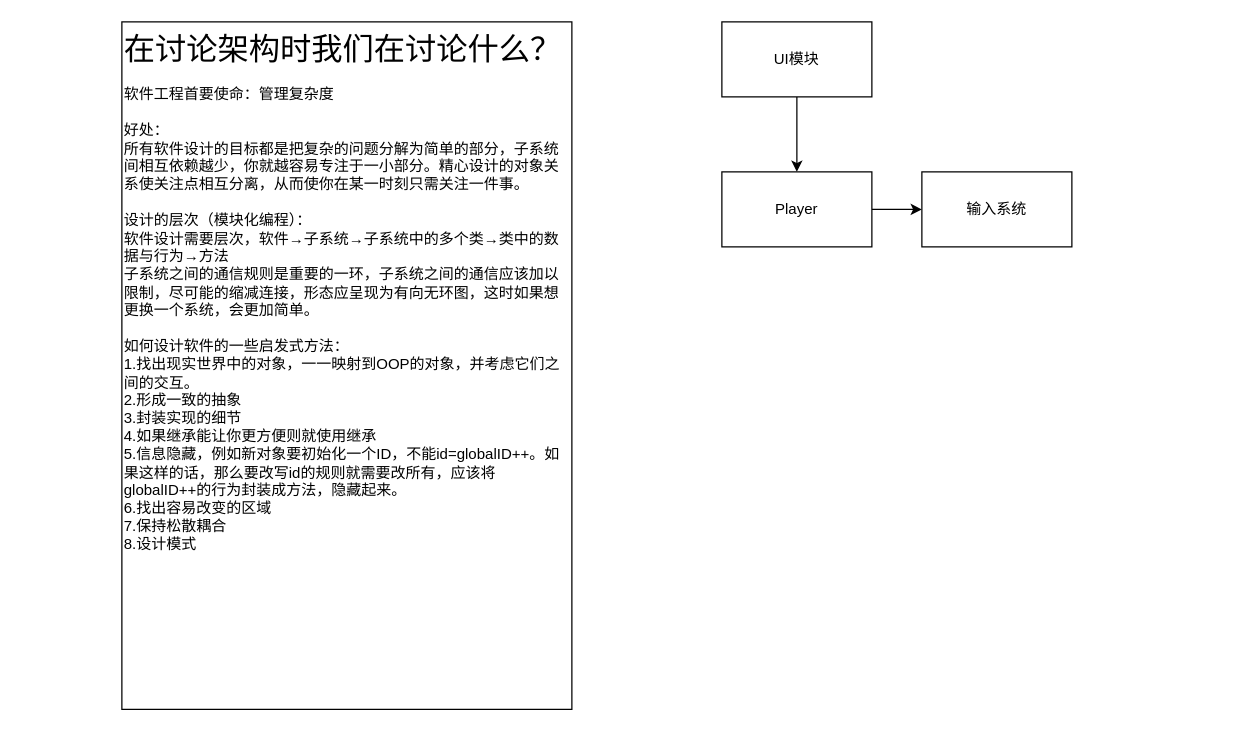
Before: page "生存模板" (9 of 9) of StartFramework.drawio in sass00n1/StartFramework, a draw.io diagram. Source tidied: cells renumbered, new cells numbered last; positions are measured from the earlier drawing's top-left corner, leaving out a move shared by most shapes. Both pictures are drawn from the tidied source at 125%, with x=0, y=0 at pixel (121, 21).
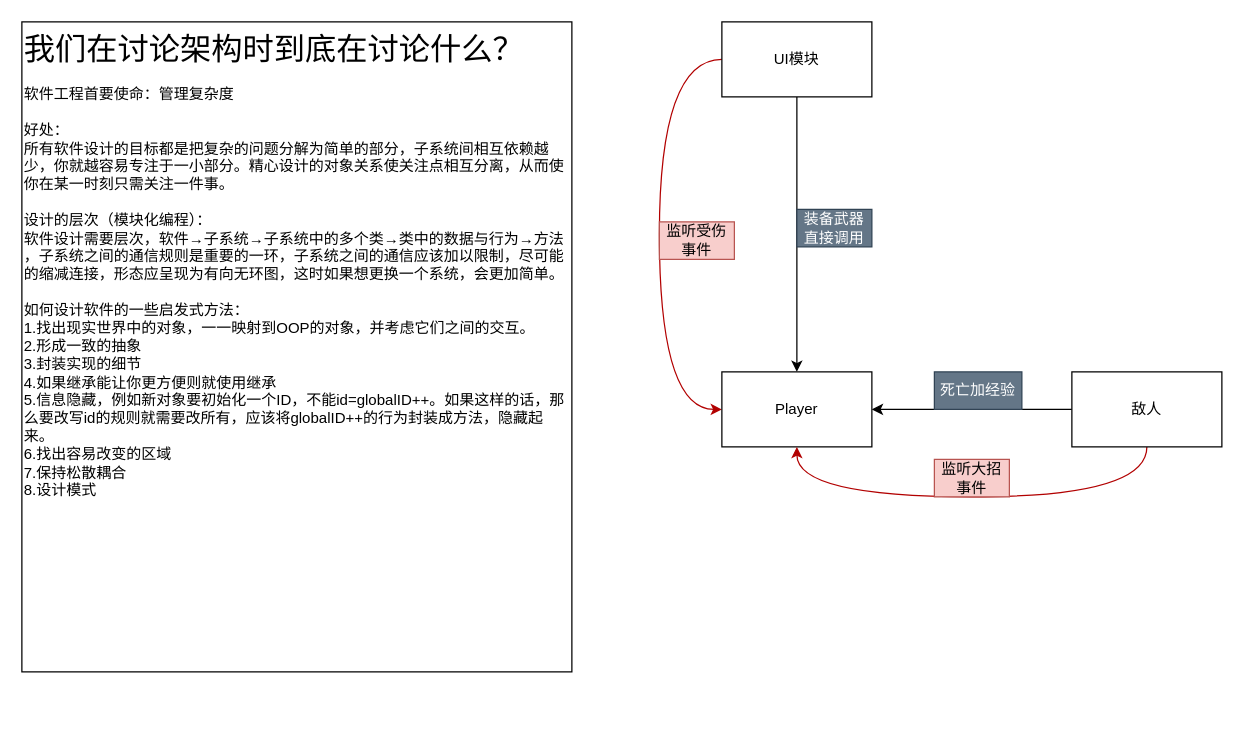
The same diagram, later.

The edit, as a diff of the source:
```diff
@@
 <mxGraphModel>
   <root>
     <mxCell id="0" />
     <mxCell id="1" parent="0" />
     <mxCell id="2" style="edgeStyle=orthogonalEdgeStyle;rounded=0;jettySize=auto;html=1;exitX=0.5;exitY=1;exitDx=0;exitDy=0;" parent="1" edge="1" source="3" target="5">
       <mxGeometry relative="1" as="geometry" />
     </mxCell>
+    <mxCell id="8" style="edgeStyle=orthogonalEdgeStyle;curved=1;jettySize=auto;html=1;exitX=0;exitY=0.5;exitDx=0;exitDy=0;entryX=0;entryY=0.5;entryDx=0;entryDy=0;fillColor=#e51400;strokeColor=#B20000;" parent="1" edge="1" source="3" target="5">
+      <mxGeometry relative="1" as="geometry">
+        <Array as="points">
+          <mxPoint x="430" y="30" />
+          <mxPoint x="430" y="310" />
+        </Array>
+      </mxGeometry>
+    </mxCell>
     <mxCell id="3" value="UI模块" style="rounded=0;whiteSpace=wrap;html=1;" parent="1" vertex="1">
       <mxGeometry x="480" width="120" height="60" as="geometry" />
     </mxCell>
-    <mxCell id="4" style="edgeStyle=orthogonalEdgeStyle;rounded=0;jettySize=auto;html=1;exitX=1;exitY=0.5;exitDx=0;exitDy=0;" parent="1" edge="1" source="5" target="7">
-      <mxGeometry relative="1" as="geometry" />
-    </mxCell>
     <mxCell id="5" value="Player" style="rounded=0;whiteSpace=wrap;html=1;" parent="1" vertex="1">
-      <mxGeometry x="480" y="120" width="120" height="60" as="geometry" />
+      <mxGeometry x="480" y="280" width="120" height="60" as="geometry" />
     </mxCell>
-    <mxCell id="6" value="&lt;div style=&quot;font-size: 25px;&quot; align=&quot;left&quot;&gt;&lt;font style=&quot;font-size: 25px;&quot;&gt;在讨论架构时我们在讨论什么？&lt;/font&gt;&lt;/div&gt;&lt;div align=&quot;left&quot;&gt;&lt;br&gt;&lt;/div&gt;&lt;div align=&quot;left&quot;&gt;软件工程首要使命：管理复杂度&lt;br&gt;&lt;/div&gt;&lt;div&gt;&lt;br&gt;&lt;/div&gt;&lt;div&gt;好处：&lt;br&gt;&lt;/div&gt;&lt;div&gt;所有软件设计的目标都是把复杂的问题分解为简单的部分，子系统间相互依赖越少，你就越容易专注于一小部分。精心设计的对象关系使关注点相互分离，从而使你在某一时刻只需关注一件事。&lt;/div&gt;&lt;div&gt;&lt;br&gt;&lt;/div&gt;&lt;div&gt;设计的层次（模块化编程）：&lt;/div&gt;&lt;div&gt;软件设计需要层次，软件→子系统→子系统中的多个类→类中的数据与行为→方法&lt;br&gt;&lt;/div&gt;&lt;div&gt;子系统之间的通信规则是重要的一环，子系统之间的通信应该加以限制，尽可能的缩减连接，形态应呈现为有向无环图，这时如果想更换一个系统，会更加简单。&lt;/div&gt;&lt;div&gt;&lt;br&gt;&lt;/div&gt;&lt;div&gt;如何设计软件的一些启发式方法：&lt;/div&gt;&lt;div&gt;1.找出现实世界中的对象，一一映射到OOP的对象，并考虑它们之间的交互。&lt;/div&gt;&lt;div&gt;2.形成一致的抽象&lt;/div&gt;&lt;div&gt;3.封装实现的细节&lt;/div&gt;&lt;div&gt;4.如果继承能让你更方便则就使用继承&lt;/div&gt;&lt;div&gt;5.信息隐藏，例如新对象要初始化一个ID，不能id=globalID++。如果这样的话，那么要改写id的规则就需要改所有，应该将globalID++的行为封装成方法，隐藏起来。&lt;/div&gt;&lt;div&gt;6.找出容易改变的区域&lt;/div&gt;&lt;div&gt;7.保持松散耦合&lt;/div&gt;&lt;div&gt;8.设计模式&lt;/div&gt;" style="rounded=0;whiteSpace=wrap;html=1;align=left;verticalAlign=top;" parent="1" vertex="1">
-      <mxGeometry width="360" height="550" as="geometry" />
+    <mxCell id="6" value="&lt;div style=&quot;font-size: 25px;&quot; align=&quot;left&quot;&gt;&lt;font style=&quot;font-size: 25px;&quot;&gt;我们在讨论架构时到底在讨论什么？&lt;/font&gt;&lt;/div&gt;&lt;div align=&quot;left&quot;&gt;&lt;br&gt;&lt;/div&gt;&lt;div align=&quot;left&quot;&gt;软件工程首要使命：管理复杂度&lt;br&gt;&lt;/div&gt;&lt;div&gt;&lt;br&gt;&lt;/div&gt;&lt;div&gt;好处：&lt;br&gt;&lt;/div&gt;&lt;div&gt;所有软件设计的目标都是把复杂的问题分解为简单的部分，子系统间相互依赖越少，你就越容易专注于一小部分。精心设计的对象关系使关注点相互分离，从而使你在某一时刻只需关注一件事。&lt;/div&gt;&lt;div&gt;&lt;br&gt;&lt;/div&gt;&lt;div&gt;设计的层次（模块化编程）：&lt;/div&gt;&lt;div&gt;软件设计需要层次，软件→子系统→子系统中的多个类→类中的数据与行为→方法&lt;br&gt;&lt;/div&gt;&lt;div&gt;，子系统之间的通信规则是重要的一环，子系统之间的通信应该加以限制，尽可能的缩减连接，形态应呈现为有向无环图，这时如果想更换一个系统，会更加简单。&lt;/div&gt;&lt;div&gt;&lt;br&gt;&lt;/div&gt;&lt;div&gt;如何设计软件的一些启发式方法：&lt;/div&gt;&lt;div&gt;1.找出现实世界中的对象，一一映射到OOP的对象，并考虑它们之间的交互。&lt;/div&gt;&lt;div&gt;2.形成一致的抽象&lt;/div&gt;&lt;div&gt;3.封装实现的细节&lt;/div&gt;&lt;div&gt;4.如果继承能让你更方便则就使用继承&lt;/div&gt;&lt;div&gt;5.信息隐藏，例如新对象要初始化一个ID，不能id=globalID++。如果这样的话，那么要改写id的规则就需要改所有，应该将globalID++的行为封装成方法，隐藏起来。&lt;/div&gt;&lt;div&gt;6.找出容易改变的区域&lt;/div&gt;&lt;div&gt;7.保持松散耦合&lt;/div&gt;&lt;div&gt;8.设计模式&lt;/div&gt;" style="rounded=0;whiteSpace=wrap;html=1;align=left;verticalAlign=top;" parent="1" vertex="1">
+      <mxGeometry x="-80" width="440" height="520" as="geometry" />
     </mxCell>
-    <mxCell id="7" value="输入系统" style="rounded=0;whiteSpace=wrap;html=1;" parent="1" vertex="1">
-      <mxGeometry x="640" y="120" width="120" height="60" as="geometry" />
-    </mxCell>
+    <mxCell id="9" value="监听受伤事件" style="text;html=1;strokeColor=#b85450;fillColor=#f8cecc;align=center;verticalAlign=middle;whiteSpace=wrap;rounded=0;" parent="1" vertex="1">
+      <mxGeometry x="430" y="160" width="60" height="30" as="geometry" />
+    </mxCell>
+    <mxCell id="10" value="装备武器直接调用" style="text;html=1;strokeColor=#314354;fillColor=#647687;align=center;verticalAlign=middle;whiteSpace=wrap;rounded=0;fontColor=#ffffff;" parent="1" vertex="1">
+      <mxGeometry x="540" y="150" width="60" height="30" as="geometry" />
+    </mxCell>
+    <mxCell id="11" style="edgeStyle=orthogonalEdgeStyle;curved=1;jettySize=auto;html=1;exitX=0;exitY=0.5;exitDx=0;exitDy=0;" parent="1" edge="1" source="13" target="5">
+      <mxGeometry relative="1" as="geometry" />
+    </mxCell>
+    <mxCell id="12" style="edgeStyle=orthogonalEdgeStyle;curved=1;jettySize=auto;html=1;exitX=0.5;exitY=1;exitDx=0;exitDy=0;entryX=0.5;entryY=1;entryDx=0;entryDy=0;fillColor=#e51400;strokeColor=#B20000;" parent="1" edge="1" source="13" target="5">
+      <mxGeometry relative="1" as="geometry">
+        <Array as="points">
+          <mxPoint x="820" y="380" />
+          <mxPoint x="540" y="380" />
+        </Array>
+      </mxGeometry>
+    </mxCell>
+    <mxCell id="13" value="敌人" style="rounded=0;whiteSpace=wrap;html=1;" parent="1" vertex="1">
+      <mxGeometry x="760" y="280" width="120" height="60" as="geometry" />
+    </mxCell>
+    <mxCell id="14" value="死亡加经验" style="text;html=1;strokeColor=#314354;fillColor=#647687;align=center;verticalAlign=middle;whiteSpace=wrap;rounded=0;fontColor=#ffffff;" parent="1" vertex="1">
+      <mxGeometry x="650" y="280" width="70" height="30" as="geometry" />
+    </mxCell>
+    <mxCell id="15" value="监听大招事件" style="text;html=1;strokeColor=#b85450;fillColor=#f8cecc;align=center;verticalAlign=middle;whiteSpace=wrap;rounded=0;" parent="1" vertex="1">
+      <mxGeometry x="650" y="350" width="60" height="30" as="geometry" />
+    </mxCell>
   </root>
 </mxGraphModel>
```
